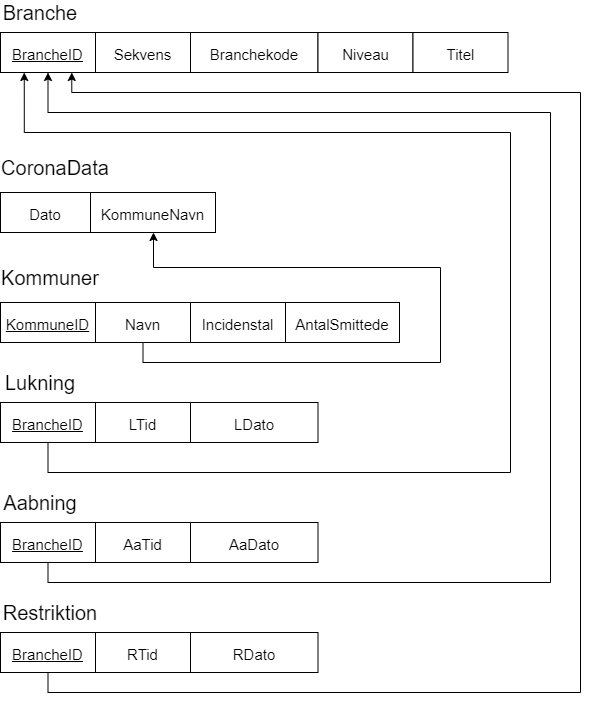
Above: Filer/MappingSkema.png in liam1523/WPF-1semGruppe5 (draw.io), before the change. Source tidied: cells renumbered, new cells last; positions are measured from the earlier drawing's top-left corner, leaving out a move shared by most shapes.
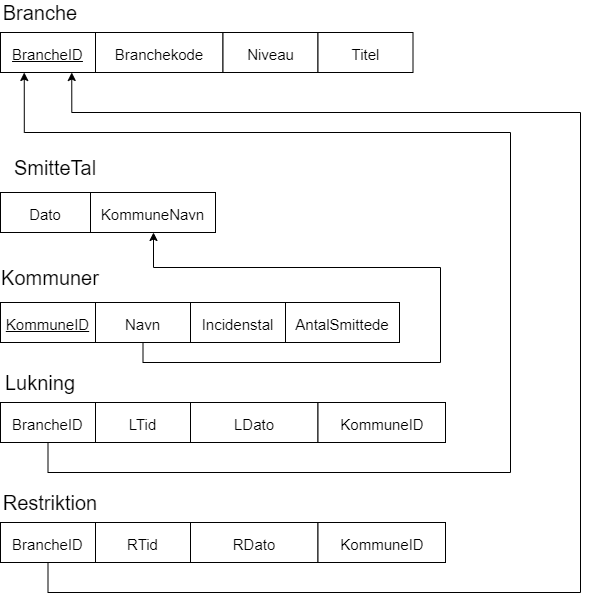
The same diagram one commit later.

The edit, as a diff of the source:
```diff
@@ -2,7 +2,7 @@
   <root>
     <mxCell id="0" />
     <mxCell id="1" parent="0" />
-    <mxCell id="2" value="CoronaData" style="text;html=1;strokeColor=none;fillColor=none;align=center;verticalAlign=middle;whiteSpace=wrap;rounded=0;fontSize=20;" parent="1" vertex="1">
+    <mxCell id="2" value="SmitteTal" style="text;html=1;strokeColor=none;fillColor=none;align=center;verticalAlign=middle;whiteSpace=wrap;rounded=0;fontSize=20;" parent="1" vertex="1">
       <mxGeometry y="150" width="110" height="30" as="geometry" />
     </mxCell>
     <mxCell id="3" value="Branche" style="text;html=1;strokeColor=none;fillColor=none;align=center;verticalAlign=middle;whiteSpace=wrap;rounded=0;fontSize=20;" parent="1" vertex="1">
@@ -11,17 +11,14 @@
     <mxCell id="4" value="&lt;font style=&quot;font-size: 15px&quot;&gt;&lt;u&gt;BrancheID&lt;/u&gt;&lt;/font&gt;" style="rounded=0;whiteSpace=wrap;html=1;fontSize=20;" parent="1" vertex="1">
       <mxGeometry y="30" width="95" height="40" as="geometry" />
     </mxCell>
-    <mxCell id="5" value="&lt;font style=&quot;font-size: 15px&quot;&gt;Sekvens&lt;/font&gt;" style="rounded=0;whiteSpace=wrap;html=1;fontSize=20;" parent="1" vertex="1">
-      <mxGeometry x="95" y="30" width="95" height="40" as="geometry" />
-    </mxCell>
     <mxCell id="6" value="&lt;font style=&quot;font-size: 15px&quot;&gt;Branchekode&lt;/font&gt;" style="rounded=0;whiteSpace=wrap;html=1;fontSize=20;" parent="1" vertex="1">
-      <mxGeometry x="190" y="30" width="127.5" height="40" as="geometry" />
+      <mxGeometry x="95" y="30" width="127.5" height="40" as="geometry" />
     </mxCell>
     <mxCell id="7" value="&lt;font style=&quot;font-size: 15px&quot;&gt;Niveau&lt;/font&gt;" style="rounded=0;whiteSpace=wrap;html=1;fontSize=20;" parent="1" vertex="1">
-      <mxGeometry x="317.5" y="30" width="95" height="40" as="geometry" />
+      <mxGeometry x="222.5" y="30" width="95" height="40" as="geometry" />
     </mxCell>
     <mxCell id="8" value="&lt;font style=&quot;font-size: 15px&quot;&gt;Titel&lt;/font&gt;" style="rounded=0;whiteSpace=wrap;html=1;fontSize=20;" parent="1" vertex="1">
-      <mxGeometry x="412.5" y="30" width="95" height="40" as="geometry" />
+      <mxGeometry x="317.5" y="30" width="95" height="40" as="geometry" />
     </mxCell>
     <mxCell id="9" value="&lt;font style=&quot;font-size: 15px&quot;&gt;KommuneNavn&lt;/font&gt;" style="rounded=0;whiteSpace=wrap;html=1;fontSize=20;" parent="1" vertex="1">
       <mxGeometry x="90" y="190" width="125" height="40" as="geometry" />
@@ -42,7 +39,7 @@
         </Array>
       </mxGeometry>
     </mxCell>
-    <mxCell id="13" value="&lt;font style=&quot;font-size: 15px&quot;&gt;&lt;u&gt;BrancheID&lt;/u&gt;&lt;/font&gt;" style="rounded=0;whiteSpace=wrap;html=1;fontSize=20;" parent="1" vertex="1">
+    <mxCell id="13" value="&lt;font style=&quot;font-size: 15px&quot;&gt;BrancheID&lt;/font&gt;" style="rounded=0;whiteSpace=wrap;html=1;fontSize=20;" parent="1" vertex="1">
       <mxGeometry y="400" width="95" height="40" as="geometry" />
     </mxCell>
     <mxCell id="14" value="&lt;font style=&quot;font-size: 15px&quot;&gt;LTid&lt;/font&gt;" style="rounded=0;whiteSpace=wrap;html=1;fontSize=20;" parent="1" vertex="1">
@@ -51,49 +48,27 @@
     <mxCell id="15" value="&lt;font style=&quot;font-size: 15px&quot;&gt;LDato&lt;/font&gt;" style="rounded=0;whiteSpace=wrap;html=1;fontSize=20;" parent="1" vertex="1">
       <mxGeometry x="190" y="400" width="127.5" height="40" as="geometry" />
     </mxCell>
-    <mxCell id="16" value="Aabning" style="text;html=1;strokeColor=none;fillColor=none;align=center;verticalAlign=middle;whiteSpace=wrap;rounded=0;fontSize=20;" parent="1" vertex="1">
-      <mxGeometry y="490" width="80" height="20" as="geometry" />
-    </mxCell>
-    <mxCell id="17" style="edgeStyle=orthogonalEdgeStyle;rounded=0;jettySize=auto;html=1;entryX=0.5;entryY=1;entryDx=0;entryDy=0;fontSize=20;" parent="1" edge="1" source="18" target="4">
-      <mxGeometry relative="1" as="geometry">
-        <Array as="points">
-          <mxPoint x="48" y="580" />
-          <mxPoint x="550" y="580" />
-          <mxPoint x="550" y="110" />
-          <mxPoint x="48" y="110" />
-        </Array>
-      </mxGeometry>
-    </mxCell>
-    <mxCell id="18" value="&lt;font style=&quot;font-size: 15px&quot;&gt;&lt;u&gt;BrancheID&lt;/u&gt;&lt;/font&gt;" style="rounded=0;whiteSpace=wrap;html=1;fontSize=20;" parent="1" vertex="1">
-      <mxGeometry y="520" width="95" height="40" as="geometry" />
-    </mxCell>
-    <mxCell id="19" value="&lt;font style=&quot;font-size: 15px&quot;&gt;AaTid&lt;/font&gt;" style="rounded=0;whiteSpace=wrap;html=1;fontSize=20;" parent="1" vertex="1">
-      <mxGeometry x="95" y="520" width="95" height="40" as="geometry" />
-    </mxCell>
-    <mxCell id="20" value="&lt;font style=&quot;font-size: 15px&quot;&gt;AaDato&lt;/font&gt;" style="rounded=0;whiteSpace=wrap;html=1;fontSize=20;" parent="1" vertex="1">
-      <mxGeometry x="190" y="520" width="127.5" height="40" as="geometry" />
-    </mxCell>
     <mxCell id="21" value="Restriktion" style="text;html=1;strokeColor=none;fillColor=none;align=center;verticalAlign=middle;whiteSpace=wrap;rounded=0;fontSize=20;" parent="1" vertex="1">
-      <mxGeometry y="600" width="100" height="20" as="geometry" />
+      <mxGeometry y="490" width="100" height="20" as="geometry" />
     </mxCell>
     <mxCell id="22" style="edgeStyle=orthogonalEdgeStyle;rounded=0;jettySize=auto;html=1;entryX=0.75;entryY=1;entryDx=0;entryDy=0;fontSize=20;" parent="1" edge="1" source="23" target="4">
       <mxGeometry relative="1" as="geometry">
         <Array as="points">
-          <mxPoint x="48" y="690" />
-          <mxPoint x="580" y="690" />
-          <mxPoint x="580" y="90" />
-          <mxPoint x="71" y="90" />
+          <mxPoint x="48" y="590" />
+          <mxPoint x="580" y="590" />
+          <mxPoint x="580" y="110" />
+          <mxPoint x="71" y="110" />
         </Array>
       </mxGeometry>
     </mxCell>
-    <mxCell id="23" value="&lt;font style=&quot;font-size: 15px&quot;&gt;&lt;u&gt;BrancheID&lt;/u&gt;&lt;/font&gt;" style="rounded=0;whiteSpace=wrap;html=1;fontSize=20;" parent="1" vertex="1">
-      <mxGeometry y="630" width="95" height="40" as="geometry" />
+    <mxCell id="23" value="&lt;font style=&quot;font-size: 15px&quot;&gt;BrancheID&lt;/font&gt;" style="rounded=0;whiteSpace=wrap;html=1;fontSize=20;" parent="1" vertex="1">
+      <mxGeometry y="520" width="95" height="40" as="geometry" />
     </mxCell>
     <mxCell id="24" value="&lt;font style=&quot;font-size: 15px&quot;&gt;RTid&lt;/font&gt;" style="rounded=0;whiteSpace=wrap;html=1;fontSize=20;" parent="1" vertex="1">
-      <mxGeometry x="95" y="630" width="95" height="40" as="geometry" />
+      <mxGeometry x="95" y="520" width="95" height="40" as="geometry" />
     </mxCell>
     <mxCell id="25" value="&lt;font style=&quot;font-size: 15px&quot;&gt;RDato&lt;/font&gt;" style="rounded=0;whiteSpace=wrap;html=1;fontSize=20;" parent="1" vertex="1">
-      <mxGeometry x="190" y="630" width="127.5" height="40" as="geometry" />
+      <mxGeometry x="190" y="520" width="127.5" height="40" as="geometry" />
     </mxCell>
     <mxCell id="26" value="Kommuner" style="text;html=1;strokeColor=none;fillColor=none;align=center;verticalAlign=middle;whiteSpace=wrap;rounded=0;fontSize=20;" parent="1" vertex="1">
       <mxGeometry y="260" width="100" height="30" as="geometry" />
@@ -120,5 +95,11 @@
     <mxCell id="31" value="&lt;span style=&quot;font-size: 15px&quot;&gt;Dato&lt;/span&gt;" style="rounded=0;whiteSpace=wrap;html=1;fontSize=20;" parent="1" vertex="1">
       <mxGeometry y="190" width="90" height="40" as="geometry" />
     </mxCell>
+    <mxCell id="32" value="&lt;font style=&quot;font-size: 15px&quot;&gt;KommuneID&lt;/font&gt;" style="rounded=0;whiteSpace=wrap;html=1;fontSize=20;" parent="1" vertex="1">
+      <mxGeometry x="317.5" y="400" width="127.5" height="40" as="geometry" />
+    </mxCell>
+    <mxCell id="33" value="&lt;font style=&quot;font-size: 15px&quot;&gt;KommuneID&lt;/font&gt;" style="rounded=0;whiteSpace=wrap;html=1;fontSize=20;" parent="1" vertex="1">
+      <mxGeometry x="317.5" y="520" width="127.5" height="40" as="geometry" />
+    </mxCell>
   </root>
 </mxGraphModel>
```
